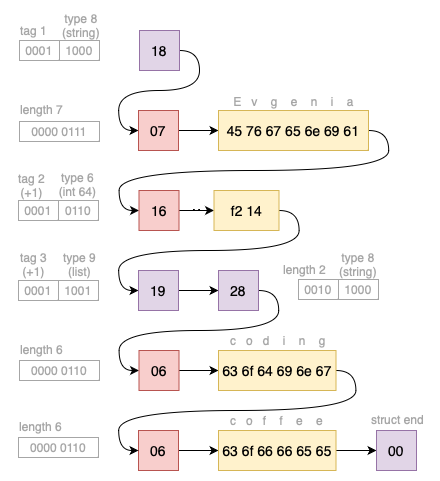
Genvekt/data-encoding-techniques keeps this draw.io diagram as images/thrift_compact.png. Above is the earlier version. Source tidied: cells renumbered, new cells last; positions are measured from the earlier drawing's top-left corner, leaving out a move shared by most shapes.
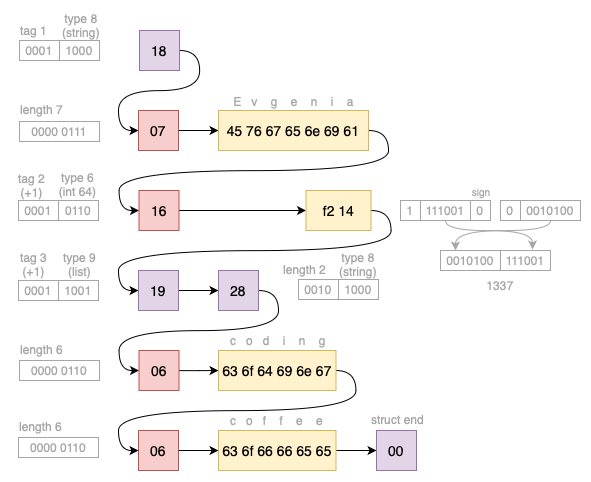
After the change.

Commit message:
fix thrift compact image

What changed in the source:
```diff
@@ -33,7 +33,7 @@
       <mxGeometry relative="1" as="geometry" />
     </mxCell>
     <mxCell id="12" value="&lt;font style=&quot;font-size: 14px;&quot;&gt;f2 14&lt;/font&gt;" style="rounded=0;whiteSpace=wrap;html=1;fillColor=#fff2cc;strokeColor=#d6b656;" parent="1" vertex="1">
-      <mxGeometry x="203.5" y="180" width="65" height="40" as="geometry" />
+      <mxGeometry x="295.5" y="180" width="65" height="40" as="geometry" />
     </mxCell>
     <mxCell id="13" style="edgeStyle=orthogonalEdgeStyle;rounded=0;jettySize=auto;html=1;" parent="1" edge="1" source="14" target="16">
       <mxGeometry relative="1" as="geometry" />
@@ -149,5 +149,48 @@
     <mxCell id="50" value="length 2" style="text;html=1;strokeColor=none;fillColor=none;align=center;verticalAlign=middle;whiteSpace=wrap;rounded=0;fontColor=#A6A6A6;" parent="1" vertex="1">
       <mxGeometry x="263.5" y="244" width="61" height="30" as="geometry" />
     </mxCell>
+    <mxCell id="51" value="1" style="rounded=0;whiteSpace=wrap;html=1;strokeColor=#A6A6A6;fontColor=#A6A6A6;" parent="1" vertex="1">
+      <mxGeometry x="390" y="190" width="20" height="20" as="geometry" />
+    </mxCell>
+    <mxCell id="52" style="edgeStyle=orthogonalEdgeStyle;rounded=0;jettySize=auto;html=1;exitX=0.5;exitY=1;exitDx=0;exitDy=0;curved=1;entryX=0.64;entryY=-0.05;entryDx=0;entryDy=0;strokeColor=#A6A6A6;entryPerimeter=0;" parent="1" edge="1" source="53" target="57">
+      <mxGeometry relative="1" as="geometry">
+        <Array as="points">
+          <mxPoint x="435" y="220" />
+          <mxPoint x="522" y="220" />
+        </Array>
+      </mxGeometry>
+    </mxCell>
+    <mxCell id="53" value="111001" style="rounded=0;whiteSpace=wrap;html=1;strokeColor=#A6A6A6;fontColor=#A6A6A6;" parent="1" vertex="1">
+      <mxGeometry x="410" y="190" width="50" height="20" as="geometry" />
+    </mxCell>
+    <mxCell id="54" value="0" style="rounded=0;whiteSpace=wrap;html=1;strokeColor=#A6A6A6;fontColor=#A6A6A6;" parent="1" vertex="1">
+      <mxGeometry x="490" y="190" width="20" height="20" as="geometry" />
+    </mxCell>
+    <mxCell id="55" style="edgeStyle=orthogonalEdgeStyle;rounded=0;jettySize=auto;html=1;entryX=0.25;entryY=0;entryDx=0;entryDy=0;curved=1;fontColor=#A6A6A6;strokeColor=#A6A6A6;" parent="1" edge="1" source="56" target="58">
+      <mxGeometry relative="1" as="geometry">
+        <Array as="points">
+          <mxPoint x="540" y="220" />
+          <mxPoint x="445" y="220" />
+        </Array>
+      </mxGeometry>
+    </mxCell>
+    <mxCell id="56" value="&lt;pre style=&quot;border-color: var(--border-color); text-align: start;&quot;&gt;&lt;font style=&quot;border-color: var(--border-color); font-size: 12px;&quot; face=&quot;Helvetica&quot;&gt;0010100&lt;/font&gt;&lt;/pre&gt;" style="rounded=0;whiteSpace=wrap;html=1;strokeColor=#A6A6A6;fontColor=#A6A6A6;" parent="1" vertex="1">
+      <mxGeometry x="510" y="190" width="60" height="20" as="geometry" />
+    </mxCell>
+    <mxCell id="57" value="111001" style="rounded=0;whiteSpace=wrap;html=1;strokeColor=#A6A6A6;fontColor=#A6A6A6;" parent="1" vertex="1">
+      <mxGeometry x="490" y="240" width="50" height="20" as="geometry" />
+    </mxCell>
+    <mxCell id="58" value="&lt;pre style=&quot;border-color: var(--border-color); text-align: start;&quot;&gt;&lt;font style=&quot;border-color: var(--border-color); font-size: 12px;&quot; face=&quot;Helvetica&quot;&gt;0010100&lt;/font&gt;&lt;/pre&gt;" style="rounded=0;whiteSpace=wrap;html=1;strokeColor=#A6A6A6;fontColor=#A6A6A6;" parent="1" vertex="1">
+      <mxGeometry x="430" y="240" width="60" height="20" as="geometry" />
+    </mxCell>
+    <mxCell id="59" value="1337" style="text;html=1;strokeColor=none;fillColor=none;align=center;verticalAlign=middle;whiteSpace=wrap;rounded=0;fontColor=#A6A6A6;" parent="1" vertex="1">
+      <mxGeometry x="460" y="260" width="60" height="30" as="geometry" />
+    </mxCell>
+    <mxCell id="60" value="0" style="rounded=0;whiteSpace=wrap;html=1;strokeColor=#A6A6A6;fontColor=#A6A6A6;" parent="1" vertex="1">
+      <mxGeometry x="460" y="190" width="20" height="20" as="geometry" />
+    </mxCell>
+    <mxCell id="61" value="&lt;font style=&quot;font-size: 10px;&quot;&gt;sign&lt;/font&gt;" style="text;html=1;strokeColor=none;fillColor=none;align=center;verticalAlign=middle;whiteSpace=wrap;rounded=0;fontColor=#A6A6A6;" parent="1" vertex="1">
+      <mxGeometry x="441" y="166" width="60" height="30" as="geometry" />
+    </mxCell>
   </root>
 </mxGraphModel>
```
